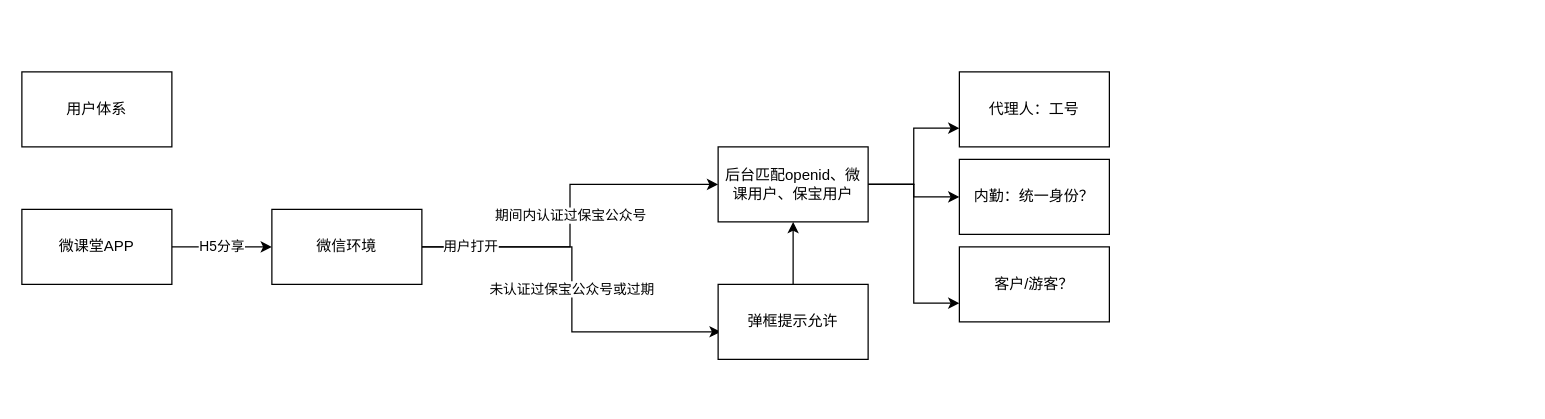
Earlier version of the draw.io diagram OneID.drawio (fangshigithub/Draw). Source tidied: cells renumbered, new cells numbered last; positions are measured from the earlier drawing's top-left corner, leaving out a move shared by most shapes. Both pictures are drawn from the tidied source at 125%, with x=0, y=0 at pixel (21, 71).
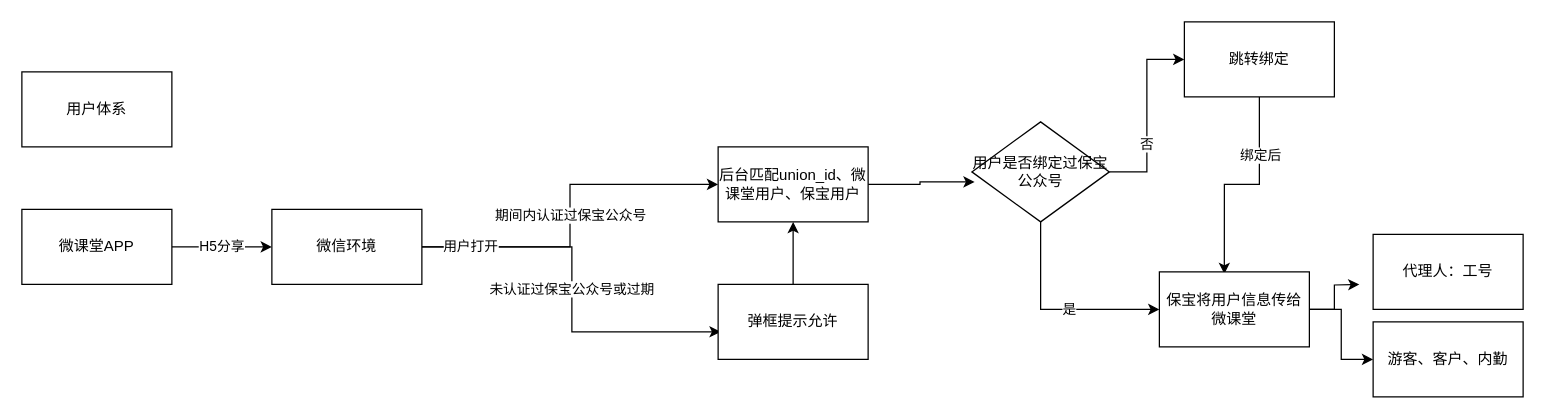
The same diagram, later.

The edit, as a diff of the source:
```diff
@@
-    <mxCell id="8" style="edgeStyle=orthogonalEdgeStyle;rounded=0;jettySize=auto;html=1;entryX=0;entryY=0.75;entryDx=0;entryDy=0;" parent="1" edge="1" source="11" target="15">
-      <mxGeometry relative="1" as="geometry" />
-    </mxCell>
-    <mxCell id="9" style="edgeStyle=orthogonalEdgeStyle;rounded=0;jettySize=auto;html=1;entryX=0;entryY=0.5;entryDx=0;entryDy=0;" parent="1" edge="1" source="11" target="17">
-      <mxGeometry relative="1" as="geometry" />
-    </mxCell>
-    <mxCell id="10" style="edgeStyle=orthogonalEdgeStyle;rounded=0;jettySize=auto;html=1;entryX=0;entryY=0.75;entryDx=0;entryDy=0;" parent="1" edge="1" source="11" target="16">
-      <mxGeometry relative="1" as="geometry" />
-    </mxCell>
+    <mxCell id="18" style="edgeStyle=orthogonalEdgeStyle;rounded=0;jettySize=auto;html=1;entryX=0.02;entryY=0.6;entryDx=0;entryDy=0;entryPerimeter=0;" parent="1" edge="1" source="11" target="24">
+      <mxGeometry relative="1" as="geometry" />
+    </mxCell>
-    <mxCell id="11" value="后台匹配openid、微课用户、保宝用户" style="whiteSpace=wrap;html=1;rounded=0;" parent="1" vertex="1">
+    <mxCell id="11" value="后台匹配union_id、微课堂用户、保宝用户" style="whiteSpace=wrap;html=1;rounded=0;" parent="1" vertex="1">
       <mxGeometry x="557" y="60" width="120" height="60" as="geometry" />
     </mxCell>
@@
     <mxCell id="15" value="代理人：工号" style="rounded=0;whiteSpace=wrap;html=1;" parent="1" vertex="1">
-      <mxGeometry x="750" width="120" height="60" as="geometry" />
+      <mxGeometry x="1081" y="130" width="120" height="60" as="geometry" />
     </mxCell>
-    <mxCell id="16" value="客户/游客？" style="rounded=0;whiteSpace=wrap;html=1;" parent="1" vertex="1">
-      <mxGeometry x="750" y="140" width="120" height="60" as="geometry" />
-    </mxCell>
-    <mxCell id="17" value="内勤：统一身份？" style="rounded=0;whiteSpace=wrap;html=1;" parent="1" vertex="1">
-      <mxGeometry x="750" y="70" width="120" height="60" as="geometry" />
-    </mxCell>
+    <mxCell id="19" value="游客、客户、内勤" style="rounded=0;whiteSpace=wrap;html=1;" parent="1" vertex="1">
+      <mxGeometry x="1081" y="200" width="120" height="60" as="geometry" />
+    </mxCell>
+    <mxCell id="20" style="edgeStyle=orthogonalEdgeStyle;rounded=0;jettySize=auto;html=1;entryX=0;entryY=0.5;entryDx=0;entryDy=0;" parent="1" edge="1" source="24" target="27">
+      <mxGeometry relative="1" as="geometry" />
+    </mxCell>
+    <mxCell id="21" value="否" style="edgeLabel;html=1;align=center;verticalAlign=middle;" parent="20" vertex="1">
+      <mxGeometry x="-0.29" y="1" relative="1" as="geometry" />
+    </mxCell>
+    <mxCell id="22" style="edgeStyle=orthogonalEdgeStyle;rounded=0;jettySize=auto;html=1;" parent="1" edge="1" source="24">
+      <mxGeometry relative="1" as="geometry">
+        <mxPoint x="910" y="190" as="targetPoint" />
+        <Array as="points">
+          <mxPoint x="815" y="190" />
+        </Array>
+      </mxGeometry>
+    </mxCell>
+    <mxCell id="23" value="是" style="edgeLabel;html=1;align=center;verticalAlign=middle;" parent="22" vertex="1">
+      <mxGeometry x="0.12" y="1" relative="1" as="geometry" />
+    </mxCell>
+    <mxCell id="24" value="用户是否绑定过保宝公众号" style="rhombus;whiteSpace=wrap;html=1;" parent="1" vertex="1">
+      <mxGeometry x="760" y="40" width="110" height="80" as="geometry" />
+    </mxCell>
+    <mxCell id="25" style="edgeStyle=orthogonalEdgeStyle;rounded=0;jettySize=auto;html=1;entryX=0.433;entryY=0.028;entryDx=0;entryDy=0;entryPerimeter=0;" parent="1" edge="1" source="27" target="30">
+      <mxGeometry relative="1" as="geometry" />
+    </mxCell>
+    <mxCell id="26" value="绑定后" style="edgeLabel;html=1;align=center;verticalAlign=middle;" parent="25" vertex="1">
+      <mxGeometry x="-0.46" relative="1" as="geometry" />
+    </mxCell>
+    <mxCell id="27" value="跳转绑定" style="rounded=0;whiteSpace=wrap;html=1;" parent="1" vertex="1">
+      <mxGeometry x="930" y="-40" width="120" height="60" as="geometry" />
+    </mxCell>
+    <mxCell id="28" style="edgeStyle=orthogonalEdgeStyle;rounded=0;jettySize=auto;html=1;" parent="1" edge="1" source="30">
+      <mxGeometry relative="1" as="geometry">
+        <mxPoint x="1070" y="170" as="targetPoint" />
+      </mxGeometry>
+    </mxCell>
+    <mxCell id="29" style="edgeStyle=orthogonalEdgeStyle;rounded=0;jettySize=auto;html=1;entryX=0;entryY=0.5;entryDx=0;entryDy=0;" parent="1" edge="1" source="30" target="19">
+      <mxGeometry relative="1" as="geometry" />
+    </mxCell>
+    <mxCell id="30" value="保宝将用户信息传给微课堂" style="rounded=0;whiteSpace=wrap;html=1;" parent="1" vertex="1">
+      <mxGeometry x="910" y="160" width="120" height="60" as="geometry" />
+    </mxCell>
```
